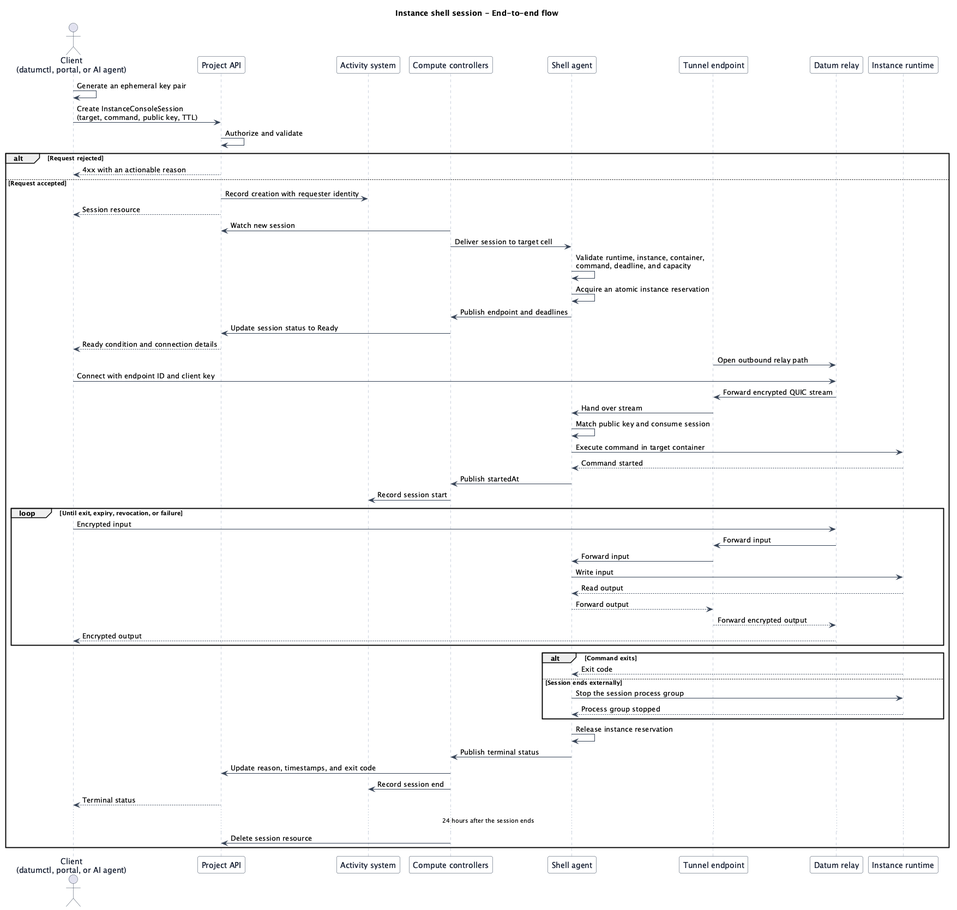
Above: docs/enhancements/instance-shell-sessions/sequence-diagram.png in datum-cloud/compute (PlantUML), before the change. Source of this version:
```plantuml
@startuml sequence-diagram

skinparam backgroundColor white
skinparam sequence {
    ArrowColor #334155
    ActorBorderColor #334155
    ActorFontColor #0F172A
    LifeLineBorderColor #94A3B8
    ParticipantBackgroundColor #F8FAFC
    ParticipantBorderColor #334155
    ParticipantFontColor #0F172A
}

title Instance shell session - End-to-end flow

actor "Client\n(datumctl, portal, or AI agent)" as p_client
participant "Project API" as p_api
participant "Activity system" as p_activity
participant "Compute controllers" as p_controllers
participant "Shell agent" as p_agent
participant "Tunnel endpoint" as p_tunnel
participant "Datum relay" as p_relay
participant "Instance runtime" as p_runtime

p_client -> p_client: Generate an ephemeral key pair
p_client -> p_api: Create InstanceConsoleSession\n(target, command, public key, TTL)
p_api -> p_api: Authorize and validate

alt Request rejected
    p_api --> p_client: 4xx with an actionable reason
else Request accepted
    p_api -> p_activity: Record creation with requester identity
    p_api --> p_client: Session resource

    p_controllers -> p_api: Watch new session
    p_controllers -> p_agent: Deliver session to target cell
    p_agent -> p_agent: Validate runtime, instance, container,\ncommand, deadline, and capacity
    p_agent -> p_agent: Acquire an atomic instance reservation
    p_agent -> p_controllers: Publish endpoint and deadlines
    p_controllers -> p_api: Update session status to Ready
    p_api --> p_client: Ready condition and connection details

    p_tunnel -> p_relay: Open outbound relay path
    p_client -> p_relay: Connect with endpoint ID and client key
    p_relay -> p_tunnel: Forward encrypted QUIC stream
    p_tunnel -> p_agent: Hand over stream
    p_agent -> p_agent: Match public key and consume session
    p_agent -> p_runtime: Execute command in target container
    p_runtime --> p_agent: Command started
    p_agent -> p_controllers: Publish startedAt
    p_controllers -> p_activity: Record session start

    loop Until exit, expiry, revocation, or failure
        p_client -> p_relay: Encrypted input
        p_relay -> p_tunnel: Forward input
        p_tunnel -> p_agent: Forward input
        p_agent -> p_runtime: Write input
        p_runtime --> p_agent: Read output
        p_agent --> p_tunnel: Forward output
        p_tunnel --> p_relay: Forward encrypted output
        p_relay --> p_client: Encrypted output
    end

    alt Command exits
        p_runtime --> p_agent: Exit code
    else Session ends externally
        p_agent -> p_runtime: Stop the session process group
        p_runtime --> p_agent: Process group stopped
    end
    p_agent -> p_agent: Release instance reservation
    p_agent -> p_controllers: Publish terminal status
    p_controllers -> p_api: Update reason, timestamps, and exit code
    p_controllers -> p_activity: Record session end
    p_api --> p_client: Terminal status

    ... 24 hours after the session ends ...
    p_controllers -> p_api: Delete session resource
end

@enduml
```
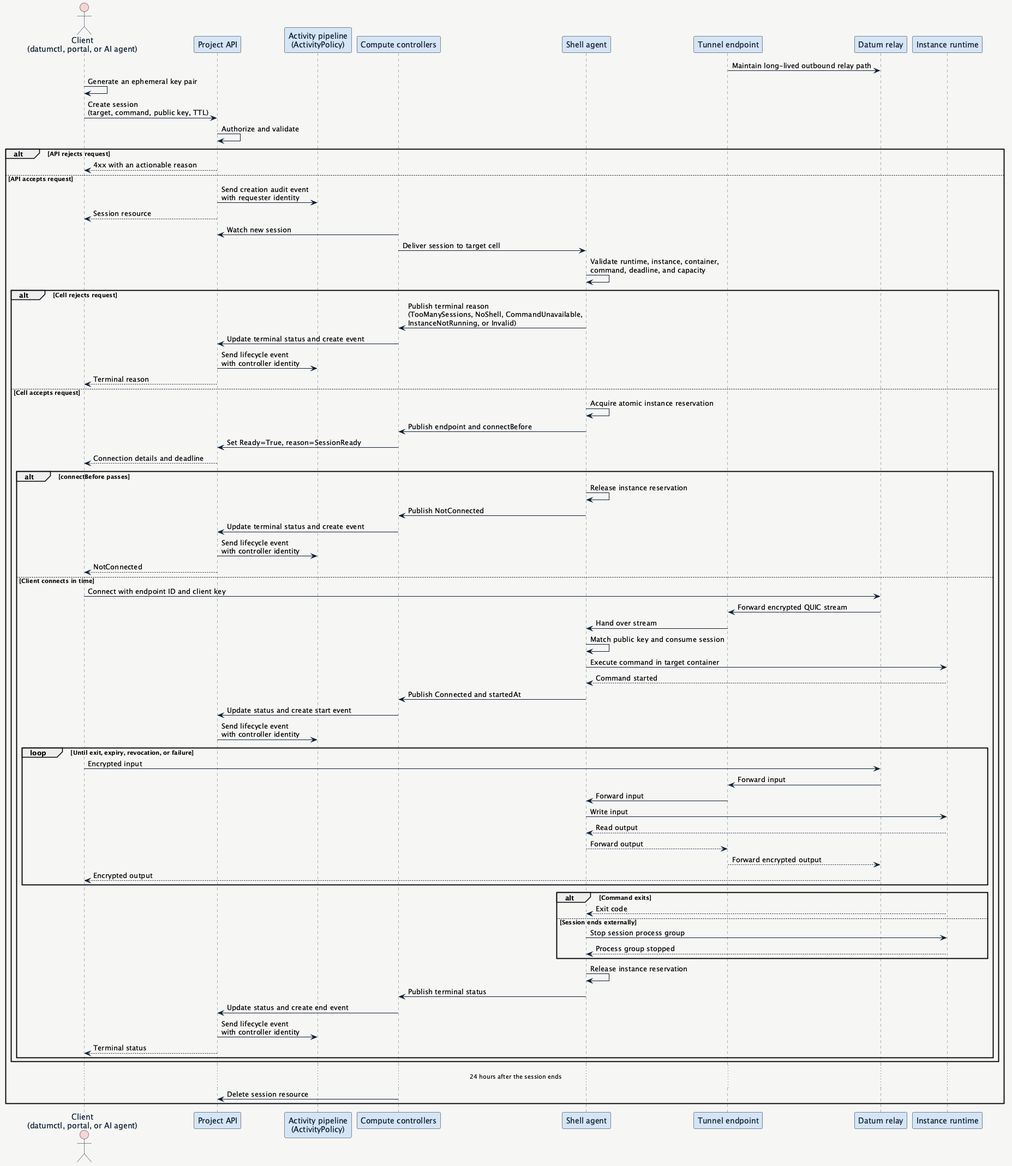
Above is the later version.

Commit message:
docs: close shell session design gaps

Change to the diagram source:
```diff
@@ -1,77 +1,94 @@
 @startuml sequence-diagram
 
-skinparam backgroundColor white
+skinparam backgroundColor #F6F6F5
 skinparam sequence {
-    ArrowColor #334155
-    ActorBorderColor #334155
-    ActorFontColor #0F172A
-    LifeLineBorderColor #94A3B8
-    ParticipantBackgroundColor #F8FAFC
-    ParticipantBorderColor #334155
-    ParticipantFontColor #0F172A
+    ArrowColor #0C1D31
+    ActorBackgroundColor #F5D5D5
+    ActorBorderColor #0C1D31
+    ActorFontColor #0C1D31
+    LifeLineBorderColor #4D6356
+    ParticipantBackgroundColor #D5E5F5
+    ParticipantBorderColor #0C1D31
+    ParticipantFontColor #0C1D31
 }
-
-title Instance shell session - End-to-end flow
 
 actor "Client\n(datumctl, portal, or AI agent)" as p_client
 participant "Project API" as p_api
-participant "Activity system" as p_activity
+participant "Activity pipeline\n(ActivityPolicy)" as p_activity
 participant "Compute controllers" as p_controllers
 participant "Shell agent" as p_agent
 participant "Tunnel endpoint" as p_tunnel
 participant "Datum relay" as p_relay
 participant "Instance runtime" as p_runtime
 
+p_tunnel -> p_relay: Maintain long-lived outbound relay path
+
 p_client -> p_client: Generate an ephemeral key pair
-p_client -> p_api: Create InstanceConsoleSession\n(target, command, public key, TTL)
+p_client -> p_api: Create session\n(target, command, public key, TTL)
 p_api -> p_api: Authorize and validate
 
-alt Request rejected
+alt API rejects request
     p_api --> p_client: 4xx with an actionable reason
-else Request accepted
-    p_api -> p_activity: Record creation with requester identity
+else API accepts request
+    p_api -> p_activity: Send creation audit event\nwith requester identity
     p_api --> p_client: Session resource
 
     p_controllers -> p_api: Watch new session
     p_controllers -> p_agent: Deliver session to target cell
     p_agent -> p_agent: Validate runtime, instance, container,\ncommand, deadline, and capacity
-    p_agent -> p_agent: Acquire an atomic instance reservation
-    p_agent -> p_controllers: Publish endpoint and deadlines
-    p_controllers -> p_api: Update session status to Ready
-    p_api --> p_client: Ready condition and connection details
 
-    p_tunnel -> p_relay: Open outbound relay path
-    p_client -> p_relay: Connect with endpoint ID and client key
-    p_relay -> p_tunnel: Forward encrypted QUIC stream
-    p_tunnel -> p_agent: Hand over stream
-    p_agent -> p_agent: Match public key and consume session
-    p_agent -> p_runtime: Execute command in target container
-    p_runtime --> p_agent: Command started
-    p_agent -> p_controllers: Publish startedAt
-    p_controllers -> p_activity: Record session start
+    alt Cell rejects request
+        p_agent -> p_controllers: Publish terminal reason\n(TooManySessions, NoShell, CommandUnavailable,\nInstanceNotRunning, or Invalid)
+        p_controllers -> p_api: Update terminal status and create event
+        p_api -> p_activity: Send lifecycle event\nwith controller identity
+        p_api --> p_client: Terminal reason
+    else Cell accepts request
+        p_agent -> p_agent: Acquire atomic instance reservation
+        p_agent -> p_controllers: Publish endpoint and connectBefore
+        p_controllers -> p_api: Set Ready=True, reason=SessionReady
+        p_api --> p_client: Connection details and deadline
 
-    loop Until exit, expiry, revocation, or failure
-        p_client -> p_relay: Encrypted input
-        p_relay -> p_tunnel: Forward input
-        p_tunnel -> p_agent: Forward input
-        p_agent -> p_runtime: Write input
-        p_runtime --> p_agent: Read output
-        p_agent --> p_tunnel: Forward output
-        p_tunnel --> p_relay: Forward encrypted output
-        p_relay --> p_client: Encrypted output
+        alt connectBefore passes
+            p_agent -> p_agent: Release instance reservation
+            p_agent -> p_controllers: Publish NotConnected
+            p_controllers -> p_api: Update terminal status and create event
+            p_api -> p_activity: Send lifecycle event\nwith controller identity
+            p_api --> p_client: NotConnected
+        else Client connects in time
+            p_client -> p_relay: Connect with endpoint ID and client key
+            p_relay -> p_tunnel: Forward encrypted QUIC stream
+            p_tunnel -> p_agent: Hand over stream
+            p_agent -> p_agent: Match public key and consume session
+            p_agent -> p_runtime: Execute command in target container
+            p_runtime --> p_agent: Command started
+            p_agent -> p_controllers: Publish Connected and startedAt
+            p_controllers -> p_api: Update status and create start event
+            p_api -> p_activity: Send lifecycle event\nwith controller identity
+
+            loop Until exit, expiry, revocation, or failure
+                p_client -> p_relay: Encrypted input
+                p_relay -> p_tunnel: Forward input
+                p_tunnel -> p_agent: Forward input
+                p_agent -> p_runtime: Write input
+                p_runtime --> p_agent: Read output
+                p_agent --> p_tunnel: Forward output
+                p_tunnel --> p_relay: Forward encrypted output
+                p_relay --> p_client: Encrypted output
+            end
+
+            alt Command exits
+                p_runtime --> p_agent: Exit code
+            else Session ends externally
+                p_agent -> p_runtime: Stop session process group
+                p_runtime --> p_agent: Process group stopped
+            end
+            p_agent -> p_agent: Release instance reservation
+            p_agent -> p_controllers: Publish terminal status
+            p_controllers -> p_api: Update status and create end event
+            p_api -> p_activity: Send lifecycle event\nwith controller identity
+            p_api --> p_client: Terminal status
+        end
     end
-
-    alt Command exits
-        p_runtime --> p_agent: Exit code
-    else Session ends externally
-        p_agent -> p_runtime: Stop the session process group
-        p_runtime --> p_agent: Process group stopped
-    end
-    p_agent -> p_agent: Release instance reservation
-    p_agent -> p_controllers: Publish terminal status
-    p_controllers -> p_api: Update reason, timestamps, and exit code
-    p_controllers -> p_activity: Record session end
-    p_api --> p_client: Terminal status
 
     ... 24 hours after the session ends ...
     p_controllers -> p_api: Delete session resource
```
